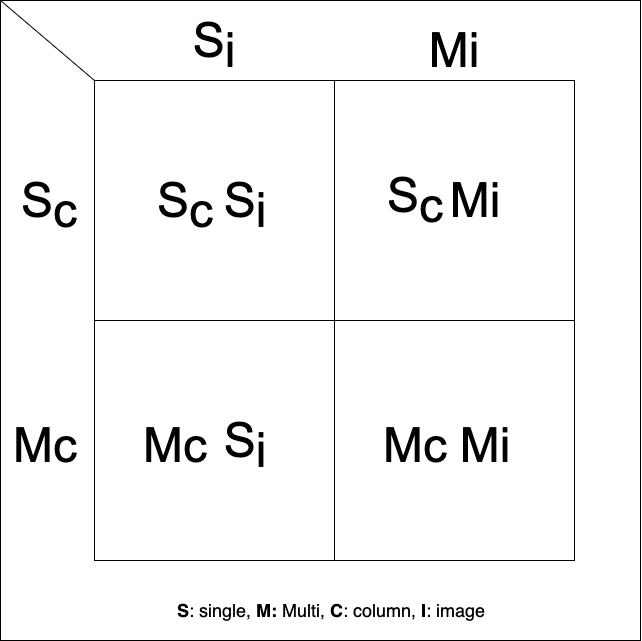
husseinferas/laraimage keeps this draw.io diagram as assets/laraimage_table.png. Above is the earlier version. Source tidied: cells renumbered, new cells last; positions are measured from the earlier drawing's top-left corner, leaving out a move shared by most shapes.
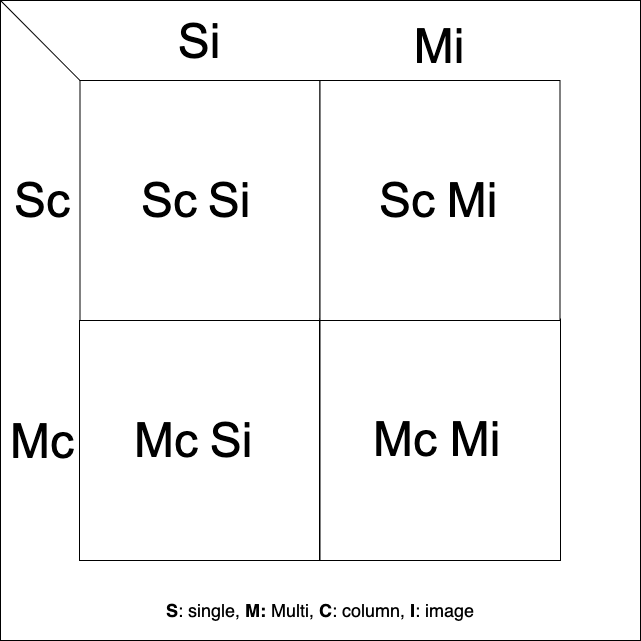
Later version of the same file.

Change to the diagram source:
```diff
@@ -5,61 +5,76 @@
     <mxCell id="2" style="whiteSpace=wrap;html=1;" parent="1" vertex="1">
       <mxGeometry width="640" height="640" as="geometry" />
     </mxCell>
-    <mxCell id="3" style="whiteSpace=wrap;html=1;" parent="1" vertex="1">
-      <mxGeometry x="94" y="80" width="240" height="240" as="geometry" />
-    </mxCell>
-    <mxCell id="4" style="whiteSpace=wrap;html=1;" parent="1" vertex="1">
-      <mxGeometry x="94" y="320" width="240" height="240" as="geometry" />
-    </mxCell>
-    <mxCell id="5" style="whiteSpace=wrap;html=1;" parent="1" vertex="1">
-      <mxGeometry x="334" y="320" width="240" height="240" as="geometry" />
-    </mxCell>
-    <mxCell id="6" style="whiteSpace=wrap;html=1;" parent="1" vertex="1">
-      <mxGeometry x="334" y="80" width="240" height="240" as="geometry" />
-    </mxCell>
     <mxCell id="7" style="endArrow=none;html=1;entryX=0;entryY=0;entryDx=0;entryDy=0;" parent="1" edge="1" target="3">
       <mxGeometry relative="1" as="geometry">
         <mxPoint as="sourcePoint" />
       </mxGeometry>
     </mxCell>
-    <mxCell id="8" value="&lt;span style=&quot;font-size: 48px ; background-color: transparent ; font-family: &amp;#34;arial&amp;#34; ; vertical-align: baseline&quot;&gt;S&lt;/span&gt;&lt;span style=&quot;font-size: 48px ; background-color: transparent ; font-family: &amp;#34;arial&amp;#34; ; vertical-align: baseline&quot;&gt;&lt;span style=&quot;vertical-align: sub&quot;&gt;c&lt;/span&gt;&lt;/span&gt;" style="text;html=1;strokeColor=none;fillColor=none;align=center;verticalAlign=middle;whiteSpace=wrap;rounded=0;" parent="1" vertex="1">
-      <mxGeometry x="4" y="160" width="90" height="90" as="geometry" />
+    <mxCell id="8" value="&lt;span style=&quot;font-size: 48px ; background-color: transparent ; font-family: &amp;#34;arial&amp;#34; ; vertical-align: baseline&quot;&gt;Sc&lt;/span&gt;" style="text;html=1;strokeColor=none;fillColor=none;align=center;verticalAlign=middle;whiteSpace=wrap;rounded=0;" parent="1" vertex="1">
+      <mxGeometry x="12" y="171.5" width="60" height="57" as="geometry" />
     </mxCell>
-    <mxCell id="9" value="&lt;span id=&quot;docs-internal-guid-4cd9dcde-7fff-93c1-7ebc-1ee6fa42896c&quot; style=&quot;font-size: 48px&quot;&gt;&lt;span style=&quot;font-family: &amp;#34;arial&amp;#34; ; background-color: transparent ; vertical-align: baseline&quot;&gt;S&lt;/span&gt;&lt;span style=&quot;font-family: &amp;#34;arial&amp;#34; ; background-color: transparent ; vertical-align: baseline&quot;&gt;&lt;span style=&quot;vertical-align: sub&quot;&gt;i&lt;/span&gt;&lt;/span&gt;&lt;/span&gt;" style="text;html=1;strokeColor=none;fillColor=none;align=center;verticalAlign=middle;whiteSpace=wrap;rounded=0;" parent="1" vertex="1">
-      <mxGeometry x="169" y="10" width="90" height="70" as="geometry" />
+    <mxCell id="9" value="&lt;span id=&quot;docs-internal-guid-4cd9dcde-7fff-93c1-7ebc-1ee6fa42896c&quot; style=&quot;font-size: 48px&quot;&gt;&lt;span style=&quot;font-family: &amp;#34;arial&amp;#34; ; background-color: transparent ; vertical-align: baseline&quot;&gt;Si&lt;/span&gt;&lt;/span&gt;" style="text;html=1;strokeColor=none;fillColor=none;align=center;verticalAlign=middle;whiteSpace=wrap;rounded=0;" parent="1" vertex="1">
+      <mxGeometry x="169.5" y="12" width="60" height="57" as="geometry" />
     </mxCell>
     <mxCell id="10" value="&lt;span style=&quot;font-size: 48px ; background-color: transparent ; font-family: &amp;#34;arial&amp;#34; ; vertical-align: baseline&quot;&gt;&lt;span style=&quot;vertical-align: sub&quot;&gt;Mc&lt;/span&gt;&lt;/span&gt;" style="text;html=1;strokeColor=none;fillColor=none;align=center;verticalAlign=middle;whiteSpace=wrap;rounded=0;" parent="1" vertex="1">
-      <mxGeometry y="395" width="90" height="90" as="geometry" />
+      <mxGeometry x="12" y="407.5" width="60" height="57" as="geometry" />
     </mxCell>
     <mxCell id="11" value="&lt;span id=&quot;docs-internal-guid-4cd9dcde-7fff-93c1-7ebc-1ee6fa42896c&quot; style=&quot;font-size: 48px&quot;&gt;&lt;span style=&quot;font-family: &amp;#34;arial&amp;#34; ; background-color: transparent ; vertical-align: baseline&quot;&gt;&lt;span style=&quot;vertical-align: sub&quot;&gt;Mi&lt;/span&gt;&lt;/span&gt;&lt;/span&gt;" style="text;html=1;strokeColor=none;fillColor=none;align=center;verticalAlign=middle;whiteSpace=wrap;rounded=0;" parent="1" vertex="1">
-      <mxGeometry x="409" y="10" width="90" height="70" as="geometry" />
+      <mxGeometry x="409.5" y="12" width="60" height="57" as="geometry" />
     </mxCell>
+    <mxCell id="20" value="&lt;font style=&quot;font-size: 18px&quot;&gt;&lt;b&gt;S&lt;/b&gt;: single, &lt;b&gt;M: &lt;/b&gt;Multi, &lt;b&gt;C&lt;/b&gt;: column, &lt;b&gt;I&lt;/b&gt;: image&lt;/font&gt;" style="text;html=1;strokeColor=none;fillColor=none;align=center;verticalAlign=middle;whiteSpace=wrap;rounded=0;" parent="1" vertex="1">
+      <mxGeometry x="150" y="600" width="340" height="20" as="geometry" />
+    </mxCell>
+    <mxCell id="21" style="group;" parent="1" vertex="1">
+      <mxGeometry x="79" y="80" width="482" height="480" as="geometry" />
+    </mxCell>
+    <mxCell id="3" style="whiteSpace=wrap;html=1;" parent="21" vertex="1">
+      <mxGeometry x="0.5" width="240" height="240" as="geometry" />
+    </mxCell>
+    <mxCell id="4" style="whiteSpace=wrap;html=1;" parent="21" vertex="1">
+      <mxGeometry y="240" width="240" height="240" as="geometry" />
+    </mxCell>
+    <mxCell id="5" style="whiteSpace=wrap;html=1;" parent="21" vertex="1">
+      <mxGeometry x="240.5" y="238.5" width="240.5" height="241.5" as="geometry" />
+    </mxCell>
+    <mxCell id="6" style="whiteSpace=wrap;html=1;" parent="21" vertex="1">
+      <mxGeometry x="240.5" width="240" height="240" as="geometry" />
+    </mxCell>
+    <mxCell id="22" style="group;" parent="21" vertex="1">
+      <mxGeometry x="60.5" y="91.5" width="120" height="57" as="geometry" />
+    </mxCell>
-    <mxCell id="12" value="&lt;span style=&quot;font-size: 48px ; background-color: transparent ; font-family: &amp;#34;arial&amp;#34; ; vertical-align: baseline&quot;&gt;S&lt;/span&gt;&lt;span style=&quot;font-size: 48px ; background-color: transparent ; font-family: &amp;#34;arial&amp;#34; ; vertical-align: baseline&quot;&gt;&lt;span style=&quot;vertical-align: sub&quot;&gt;c&lt;/span&gt;&lt;/span&gt;" style="text;html=1;strokeColor=none;fillColor=none;align=center;verticalAlign=middle;whiteSpace=wrap;rounded=0;" parent="1" vertex="1">
-      <mxGeometry x="140" y="160" width="90" height="90" as="geometry" />
+    <mxCell id="12" value="&lt;span style=&quot;font-family: &amp;#34;arial&amp;#34; ; font-size: 48px&quot;&gt;Sc&lt;/span&gt;" style="text;html=1;strokeColor=none;fillColor=none;align=center;verticalAlign=middle;whiteSpace=wrap;rounded=0;" parent="22" vertex="1">
+      <mxGeometry width="60" height="57" as="geometry" />
     </mxCell>
-    <mxCell id="13" value="&lt;span id=&quot;docs-internal-guid-4cd9dcde-7fff-93c1-7ebc-1ee6fa42896c&quot; style=&quot;font-size: 48px&quot;&gt;&lt;span style=&quot;font-family: &amp;#34;arial&amp;#34; ; background-color: transparent ; vertical-align: baseline&quot;&gt;S&lt;/span&gt;&lt;span style=&quot;font-family: &amp;#34;arial&amp;#34; ; background-color: transparent ; vertical-align: baseline&quot;&gt;&lt;span style=&quot;vertical-align: sub&quot;&gt;i&lt;/span&gt;&lt;/span&gt;&lt;/span&gt;" style="text;html=1;strokeColor=none;fillColor=none;align=center;verticalAlign=middle;whiteSpace=wrap;rounded=0;" parent="1" vertex="1">
-      <mxGeometry x="200" y="170" width="90" height="70" as="geometry" />
+    <mxCell id="13" value="&lt;span style=&quot;font-family: &amp;#34;arial&amp;#34; ; font-size: 48px&quot;&gt;Si&lt;/span&gt;" style="text;html=1;strokeColor=none;fillColor=none;align=center;verticalAlign=middle;whiteSpace=wrap;rounded=0;" parent="22" vertex="1">
+      <mxGeometry x="60" width="60" height="57" as="geometry" />
     </mxCell>
+    <mxCell id="23" style="group;" parent="21" vertex="1">
+      <mxGeometry x="298" y="91.5" width="125" height="57" as="geometry" />
+    </mxCell>
-    <mxCell id="14" value="&lt;span style=&quot;font-size: 48px ; background-color: transparent ; font-family: &amp;#34;arial&amp;#34; ; vertical-align: baseline&quot;&gt;S&lt;/span&gt;&lt;span style=&quot;font-size: 48px ; background-color: transparent ; font-family: &amp;#34;arial&amp;#34; ; vertical-align: baseline&quot;&gt;&lt;span style=&quot;vertical-align: sub&quot;&gt;c&lt;/span&gt;&lt;/span&gt;" style="text;html=1;strokeColor=none;fillColor=none;align=center;verticalAlign=middle;whiteSpace=wrap;rounded=0;" parent="1" vertex="1">
-      <mxGeometry x="370" y="155" width="90" height="90" as="geometry" />
+    <mxCell id="14" value="&lt;span style=&quot;font-family: &amp;#34;arial&amp;#34; ; font-size: 48px&quot;&gt;Sc&lt;/span&gt;" style="text;html=1;strokeColor=none;fillColor=none;align=center;verticalAlign=middle;whiteSpace=wrap;rounded=0;" parent="23" vertex="1">
+      <mxGeometry width="60" height="57" as="geometry" />
     </mxCell>
-    <mxCell id="15" value="&lt;span id=&quot;docs-internal-guid-4cd9dcde-7fff-93c1-7ebc-1ee6fa42896c&quot; style=&quot;font-size: 48px&quot;&gt;&lt;span style=&quot;font-family: &amp;#34;arial&amp;#34; ; background-color: transparent ; vertical-align: baseline&quot;&gt;&lt;span style=&quot;vertical-align: sub&quot;&gt;Mi&lt;/span&gt;&lt;/span&gt;&lt;/span&gt;" style="text;html=1;strokeColor=none;fillColor=none;align=center;verticalAlign=middle;whiteSpace=wrap;rounded=0;" parent="1" vertex="1">
-      <mxGeometry x="430" y="160" width="90" height="70" as="geometry" />
+    <mxCell id="15" value="&lt;span style=&quot;font-family: &amp;#34;arial&amp;#34; ; font-size: 48px&quot;&gt;Mi&lt;/span&gt;" style="text;html=1;strokeColor=none;fillColor=none;align=center;verticalAlign=middle;whiteSpace=wrap;rounded=0;" parent="23" vertex="1">
+      <mxGeometry x="65" width="60" height="57" as="geometry" />
     </mxCell>
+    <mxCell id="24" style="group;" parent="21" vertex="1">
+      <mxGeometry x="57.5" y="331.5" width="125" height="57" as="geometry" />
+    </mxCell>
+    <mxCell id="18" value="&lt;span style=&quot;font-family: &amp;#34;arial&amp;#34; ; font-size: 48px&quot;&gt;Mc&lt;/span&gt;" style="text;html=1;strokeColor=none;fillColor=none;align=center;verticalAlign=middle;whiteSpace=wrap;rounded=0;" parent="24" vertex="1">
+      <mxGeometry width="60" height="57" as="geometry" />
+    </mxCell>
+    <mxCell id="19" value="&lt;span style=&quot;font-family: &amp;#34;arial&amp;#34; ; font-size: 48px&quot;&gt;Si&lt;/span&gt;" style="text;html=1;strokeColor=none;fillColor=none;align=center;verticalAlign=middle;whiteSpace=wrap;rounded=0;" parent="24" vertex="1">
+      <mxGeometry x="65" width="60" height="57" as="geometry" />
+    </mxCell>
+    <mxCell id="25" style="group;" parent="21" vertex="1">
+      <mxGeometry x="295.7" y="330.8" width="130" height="57" as="geometry" />
+    </mxCell>
-    <mxCell id="16" value="&lt;span id=&quot;docs-internal-guid-4cd9dcde-7fff-93c1-7ebc-1ee6fa42896c&quot; style=&quot;font-size: 48px&quot;&gt;&lt;span style=&quot;font-family: &amp;#34;arial&amp;#34; ; background-color: transparent ; vertical-align: baseline&quot;&gt;&lt;span style=&quot;vertical-align: sub&quot;&gt;Mi&lt;/span&gt;&lt;/span&gt;&lt;/span&gt;" style="text;html=1;strokeColor=none;fillColor=none;align=center;verticalAlign=middle;whiteSpace=wrap;rounded=0;" parent="1" vertex="1">
-      <mxGeometry x="440" y="405" width="90" height="70" as="geometry" />
+    <mxCell id="16" value="&lt;span style=&quot;font-family: &amp;#34;arial&amp;#34; ; font-size: 48px&quot;&gt;Mi&lt;/span&gt;" style="text;html=1;strokeColor=none;fillColor=none;align=center;verticalAlign=middle;whiteSpace=wrap;rounded=0;" parent="25" vertex="1">
+      <mxGeometry x="70" width="60" height="57" as="geometry" />
     </mxCell>
-    <mxCell id="17" value="&lt;span style=&quot;font-size: 48px ; background-color: transparent ; font-family: &amp;#34;arial&amp;#34; ; vertical-align: baseline&quot;&gt;&lt;span style=&quot;vertical-align: sub&quot;&gt;Mc&lt;/span&gt;&lt;/span&gt;" style="text;html=1;strokeColor=none;fillColor=none;align=center;verticalAlign=middle;whiteSpace=wrap;rounded=0;" parent="1" vertex="1">
-      <mxGeometry x="370" y="395" width="90" height="90" as="geometry" />
+    <mxCell id="17" value="&lt;span style=&quot;font-family: &amp;#34;arial&amp;#34; ; font-size: 48px&quot;&gt;Mc&lt;/span&gt;" style="text;html=1;strokeColor=none;fillColor=none;align=center;verticalAlign=middle;whiteSpace=wrap;rounded=0;" parent="25" vertex="1">
+      <mxGeometry width="60" height="57" as="geometry" />
     </mxCell>
-    <mxCell id="18" value="&lt;span style=&quot;font-size: 48px ; background-color: transparent ; font-family: &amp;#34;arial&amp;#34; ; vertical-align: baseline&quot;&gt;&lt;span style=&quot;vertical-align: sub&quot;&gt;Mc&lt;/span&gt;&lt;/span&gt;" style="text;html=1;strokeColor=none;fillColor=none;align=center;verticalAlign=middle;whiteSpace=wrap;rounded=0;" parent="1" vertex="1">
-      <mxGeometry x="130" y="395" width="90" height="90" as="geometry" />
-    </mxCell>
-    <mxCell id="19" value="&lt;span id=&quot;docs-internal-guid-4cd9dcde-7fff-93c1-7ebc-1ee6fa42896c&quot; style=&quot;font-size: 48px&quot;&gt;&lt;span style=&quot;font-family: &amp;#34;arial&amp;#34; ; background-color: transparent ; vertical-align: baseline&quot;&gt;S&lt;/span&gt;&lt;span style=&quot;font-family: &amp;#34;arial&amp;#34; ; background-color: transparent ; vertical-align: baseline&quot;&gt;&lt;span style=&quot;vertical-align: sub&quot;&gt;i&lt;/span&gt;&lt;/span&gt;&lt;/span&gt;" style="text;html=1;strokeColor=none;fillColor=none;align=center;verticalAlign=middle;whiteSpace=wrap;rounded=0;" parent="1" vertex="1">
-      <mxGeometry x="200" y="410" width="90" height="70" as="geometry" />
-    </mxCell>
-    <mxCell id="20" value="&lt;font style=&quot;font-size: 18px&quot;&gt;&lt;b&gt;S&lt;/b&gt;: single, &lt;b&gt;M: &lt;/b&gt;Multi, &lt;b&gt;C&lt;/b&gt;: column, &lt;b&gt;I&lt;/b&gt;: image&lt;/font&gt;" style="text;html=1;strokeColor=none;fillColor=none;align=center;verticalAlign=middle;whiteSpace=wrap;rounded=0;" parent="1" vertex="1">
-      <mxGeometry x="94" y="600" width="474" height="20" as="geometry" />
-    </mxCell>
   </root>
 </mxGraphModel>
```
